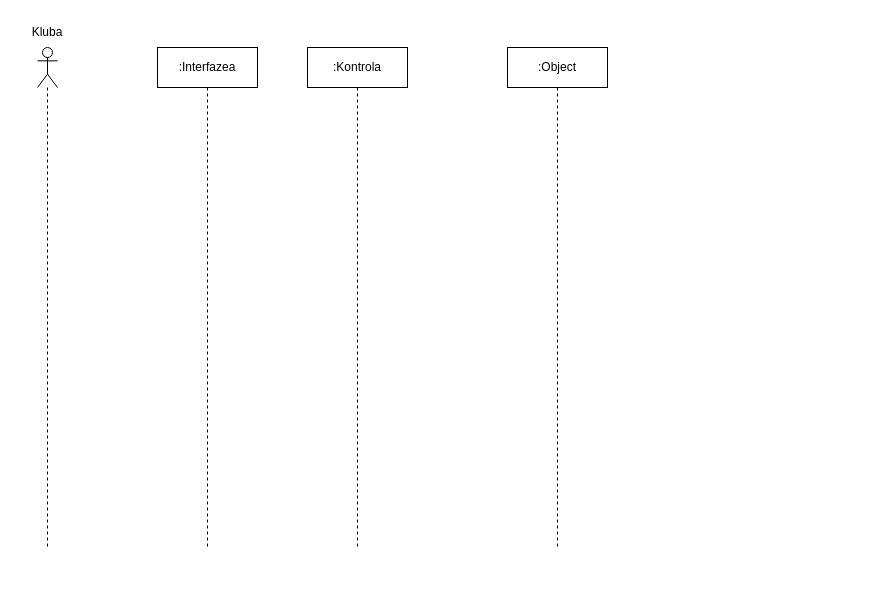
Before: C#/Diagramak/C_SekuentziaDiagrama2.drawio in iguisado228/3Erronka, a draw.io diagram. Source tidied: cells renumbered, new cells numbered last; positions are measured from the earlier drawing's top-left corner, leaving out a move shared by most shapes. Both pictures are drawn from the tidied source at 100%, with x=0, y=0 at pixel (17, 17).
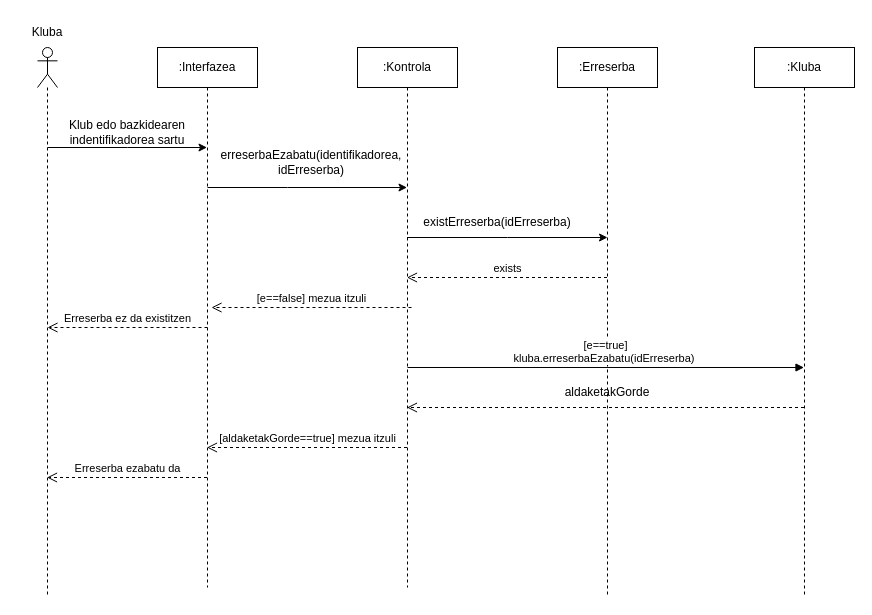
Above is the later version.

Commit message (it also covers changes not shown here):
C# eko 2.sekuentzia diagrama igota

Diff of the diagram source:
```diff
@@
     <mxCell id="2" style="shape=umlLifeline;perimeter=lifelinePerimeter;whiteSpace=wrap;html=1;newEdgeStyle={&quot;curved&quot;:0,&quot;rounded&quot;:0};participant=umlActor;" parent="1" vertex="1">
-      <mxGeometry x="20" y="30" width="20" height="500" as="geometry" />
+      <mxGeometry x="20" y="30" width="20" height="550" as="geometry" />
     </mxCell>
@@
     <mxCell id="4" value=":Interfazea" style="shape=umlLifeline;perimeter=lifelinePerimeter;whiteSpace=wrap;html=1;outlineConnect=0;portConstraint=eastwest;newEdgeStyle={&quot;curved&quot;:0,&quot;rounded&quot;:0};" parent="1" vertex="1">
-      <mxGeometry x="140" y="30" width="100" height="500" as="geometry" />
+      <mxGeometry x="140" y="30" width="100" height="540" as="geometry" />
     </mxCell>
-    <mxCell id="5" value=":Object" style="shape=umlLifeline;perimeter=lifelinePerimeter;whiteSpace=wrap;html=1;newEdgeStyle={&quot;curved&quot;:0,&quot;rounded&quot;:0};" parent="1" vertex="1">
-      <mxGeometry x="490" y="30" width="100" height="500" as="geometry" />
+    <mxCell id="5" value=":Erreserba" style="shape=umlLifeline;perimeter=lifelinePerimeter;whiteSpace=wrap;html=1;newEdgeStyle={&quot;curved&quot;:0,&quot;rounded&quot;:0};" parent="1" vertex="1">
+      <mxGeometry x="540" y="30" width="100" height="550" as="geometry" />
     </mxCell>
     <mxCell id="6" value=":Kontrola" style="shape=umlLifeline;perimeter=lifelinePerimeter;whiteSpace=wrap;html=1;outlineConnect=0;portConstraint=eastwest;newEdgeStyle={&quot;curved&quot;:0,&quot;rounded&quot;:0};" parent="1" vertex="1">
-      <mxGeometry x="290" y="30" width="100" height="500" as="geometry" />
+      <mxGeometry x="340" y="30" width="100" height="540" as="geometry" />
     </mxCell>
+    <mxCell id="7" style="endArrow=classic;html=1;rounded=0;" parent="1" edge="1" target="4">
+      <mxGeometry relative="1" as="geometry">
+        <mxPoint x="30" y="130" as="sourcePoint" />
+        <Array as="points">
+          <mxPoint x="110" y="130" />
+        </Array>
+      </mxGeometry>
+    </mxCell>
+    <mxCell id="8" value="Klub edo bazkidearen indentifikadorea sartu" style="text;html=1;align=center;verticalAlign=middle;whiteSpace=wrap;rounded=0;" parent="1" vertex="1">
+      <mxGeometry x="50" y="100" width="120" height="30" as="geometry" />
+    </mxCell>
+    <mxCell id="9" style="endArrow=classic;html=1;rounded=0;" parent="1" edge="1" target="6">
+      <mxGeometry relative="1" as="geometry">
+        <mxPoint x="190" y="170" as="sourcePoint" />
+        <Array as="points">
+          <mxPoint x="270" y="170" />
+        </Array>
+      </mxGeometry>
+    </mxCell>
+    <mxCell id="10" value="erreserbaEzabatu(identifikadorea, idErreserba)" style="text;html=1;align=center;verticalAlign=middle;whiteSpace=wrap;rounded=0;" parent="1" vertex="1">
+      <mxGeometry x="264" y="130" width="60" height="30" as="geometry" />
+    </mxCell>
+    <mxCell id="11" style="endArrow=classic;html=1;rounded=0;" parent="1" edge="1" source="6">
+      <mxGeometry relative="1" as="geometry">
+        <mxPoint x="590" y="220" as="targetPoint" />
+        <Array as="points">
+          <mxPoint x="490" y="220" />
+        </Array>
+      </mxGeometry>
+    </mxCell>
+    <mxCell id="12" value="existErreserba(idErreserba)" style="text;html=1;align=center;verticalAlign=middle;whiteSpace=wrap;rounded=0;" parent="1" vertex="1">
+      <mxGeometry x="450" y="190" width="60" height="30" as="geometry" />
+    </mxCell>
+    <mxCell id="13" value="exists" style="html=1;verticalAlign=bottom;endArrow=open;dashed=1;endSize=8;curved=0;rounded=0;" parent="1" edge="1" target="6">
+      <mxGeometry relative="1" as="geometry">
+        <mxPoint x="589.5" y="260" as="sourcePoint" />
+        <Array as="points">
+          <mxPoint x="494.5" y="260" />
+        </Array>
+      </mxGeometry>
+    </mxCell>
+    <mxCell id="14" value="[e==false] mezua itzuli" style="html=1;verticalAlign=bottom;endArrow=open;dashed=1;endSize=8;curved=0;rounded=0;" parent="1" edge="1">
+      <mxGeometry relative="1" as="geometry">
+        <mxPoint x="394" y="290" as="sourcePoint" />
+        <mxPoint x="194" y="290" as="targetPoint" />
+        <Array as="points">
+          <mxPoint x="373" y="290" />
+        </Array>
+      </mxGeometry>
+    </mxCell>
+    <mxCell id="15" value="Erreserba ez da existitzen" style="html=1;verticalAlign=bottom;endArrow=open;dashed=1;endSize=8;curved=0;rounded=0;" parent="1" edge="1">
+      <mxGeometry relative="1" as="geometry">
+        <mxPoint x="190" y="310" as="sourcePoint" />
+        <mxPoint x="30" y="310" as="targetPoint" />
+      </mxGeometry>
+    </mxCell>
+    <mxCell id="16" value=":Kluba" style="shape=umlLifeline;perimeter=lifelinePerimeter;whiteSpace=wrap;html=1;outlineConnect=0;portConstraint=eastwest;newEdgeStyle={&quot;curved&quot;:0,&quot;rounded&quot;:0};" parent="1" vertex="1">
+      <mxGeometry x="737" y="30" width="100" height="550" as="geometry" />
+    </mxCell>
+    <mxCell id="17" value="[e==true]&lt;br&gt;&lt;div&gt;&lt;span style=&quot;background-color: light-dark(#ffffff, var(--ge-dark-color, #121212)); color: light-dark(rgb(0, 0, 0), rgb(255, 255, 255));&quot;&gt;kluba.erreserbaEzabatu(idErreserba)&lt;/span&gt;&amp;nbsp;&lt;/div&gt;" style="html=1;verticalAlign=bottom;endArrow=block;curved=0;rounded=0;" parent="1" edge="1" target="16">
+      <mxGeometry relative="1" as="geometry">
+        <mxPoint x="390" y="350" as="sourcePoint" />
+      </mxGeometry>
+    </mxCell>
+    <mxCell id="18" style="html=1;verticalAlign=bottom;endArrow=open;dashed=1;endSize=8;curved=0;rounded=0;" parent="1" edge="1" source="16">
+      <mxGeometry relative="1" as="geometry">
+        <mxPoint x="389.5" y="390" as="targetPoint" />
+      </mxGeometry>
+    </mxCell>
+    <mxCell id="19" value="[aldaketakGorde==true] mezua itzuli" style="html=1;verticalAlign=bottom;endArrow=open;dashed=1;endSize=8;curved=0;rounded=0;" parent="1" edge="1">
+      <mxGeometry relative="1" as="geometry">
+        <mxPoint x="389.5" y="430" as="sourcePoint" />
+        <mxPoint x="189.5" y="430" as="targetPoint" />
+      </mxGeometry>
+    </mxCell>
+    <mxCell id="20" value="Erreserba ezabatu da" style="html=1;verticalAlign=bottom;endArrow=open;dashed=1;endSize=8;curved=0;rounded=0;" parent="1" edge="1" source="4">
+      <mxGeometry relative="1" as="geometry">
+        <mxPoint x="29.5" y="460" as="targetPoint" />
+      </mxGeometry>
+    </mxCell>
+    <mxCell id="21" value="aldaketakGorde" style="text;html=1;align=center;verticalAlign=middle;whiteSpace=wrap;rounded=0;" parent="1" vertex="1">
+      <mxGeometry x="560" y="360" width="60" height="30" as="geometry" />
+    </mxCell>
```
